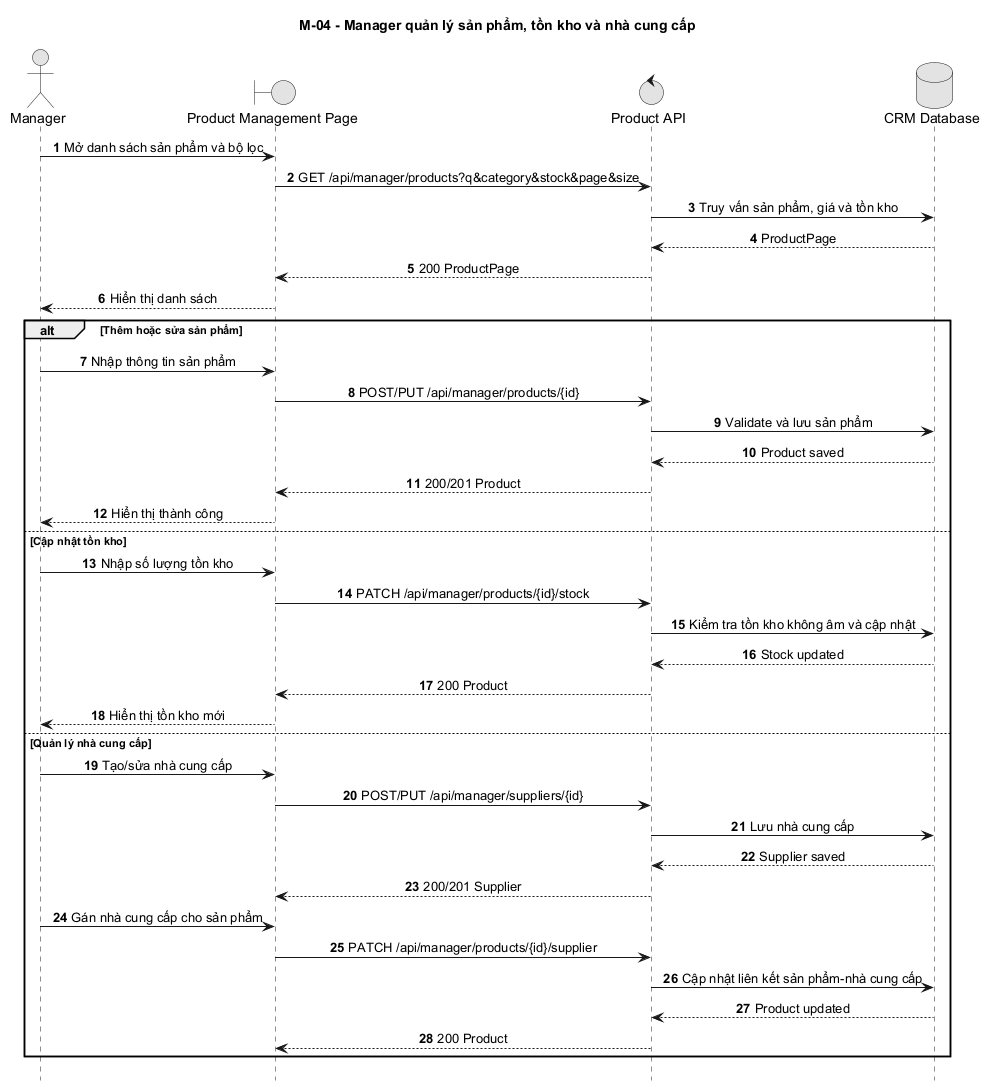
Before: docs/diagrams/sequence-new/manager/M-04-product-inventory-supplier.png, a diagram exported from PlantUML (duygri/do-an-htttdn-crm). The source it was exported from:
```plantuml
@startuml
title M-04 - Manager quản lý sản phẩm, tồn kho và nhà cung cấp
autonumber
hide footbox
skinparam monochrome true
skinparam sequenceMessageAlign center
skinparam responseMessageBelowArrow true

actor Manager
boundary "Product Management Page" as Web
control "Product API" as API
database "CRM Database" as DB

Manager -> Web: Mở danh sách sản phẩm và bộ lọc
Web -> API: GET /api/manager/products?q&category&stock&page&size
API -> DB: Truy vấn sản phẩm, giá và tồn kho
DB --> API: ProductPage
API --> Web: 200 ProductPage
Web --> Manager: Hiển thị danh sách

alt Thêm hoặc sửa sản phẩm
  Manager -> Web: Nhập thông tin sản phẩm
  Web -> API: POST/PUT /api/manager/products/{id}
  API -> DB: Validate và lưu sản phẩm
  DB --> API: Product saved
  API --> Web: 200/201 Product
  Web --> Manager: Hiển thị thành công
else Cập nhật tồn kho
  Manager -> Web: Nhập số lượng tồn kho
  Web -> API: PATCH /api/manager/products/{id}/stock
  API -> DB: Kiểm tra tồn kho không âm và cập nhật
  DB --> API: Stock updated
  API --> Web: 200 Product
  Web --> Manager: Hiển thị tồn kho mới
else Quản lý nhà cung cấp
  Manager -> Web: Tạo/sửa nhà cung cấp
  Web -> API: POST/PUT /api/manager/suppliers/{id}
  API -> DB: Lưu nhà cung cấp
  DB --> API: Supplier saved
  API --> Web: 200/201 Supplier
  Manager -> Web: Gán nhà cung cấp cho sản phẩm
  Web -> API: PATCH /api/manager/products/{id}/supplier
  API -> DB: Cập nhật liên kết sản phẩm-nhà cung cấp
  DB --> API: Product updated
  API --> Web: 200 Product
end
@enduml
```
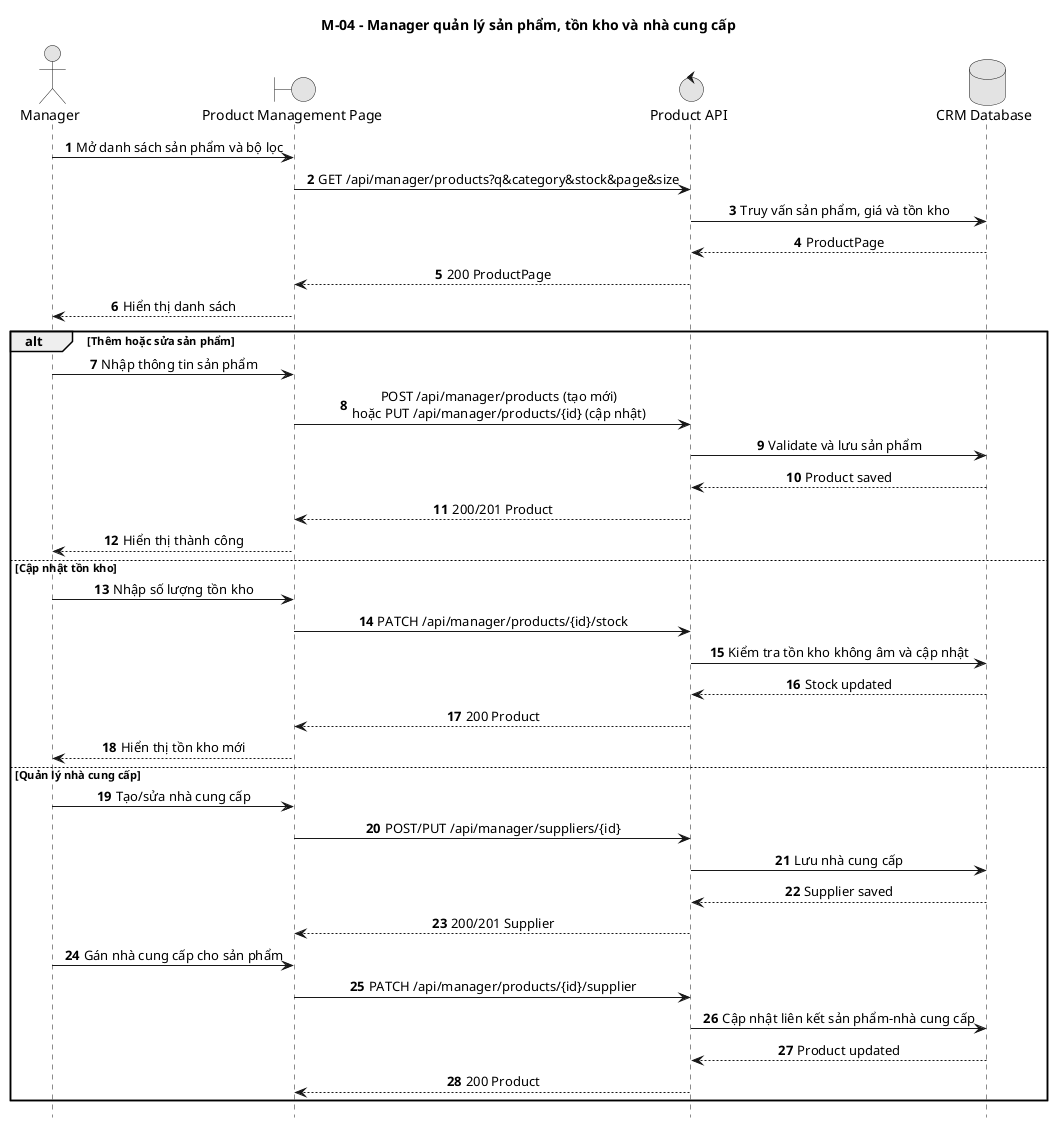
After the change.

Diff of the diagram source:
```diff
@@ -20,7 +20,7 @@
 
 alt Thêm hoặc sửa sản phẩm
   Manager -> Web: Nhập thông tin sản phẩm
-  Web -> API: POST/PUT /api/manager/products/{id}
+  Web -> API: POST /api/manager/products (tạo mới)\nhoặc PUT /api/manager/products/{id} (cập nhật)
   API -> DB: Validate và lưu sản phẩm
   DB --> API: Product saved
   API --> Web: 200/201 Product
```
